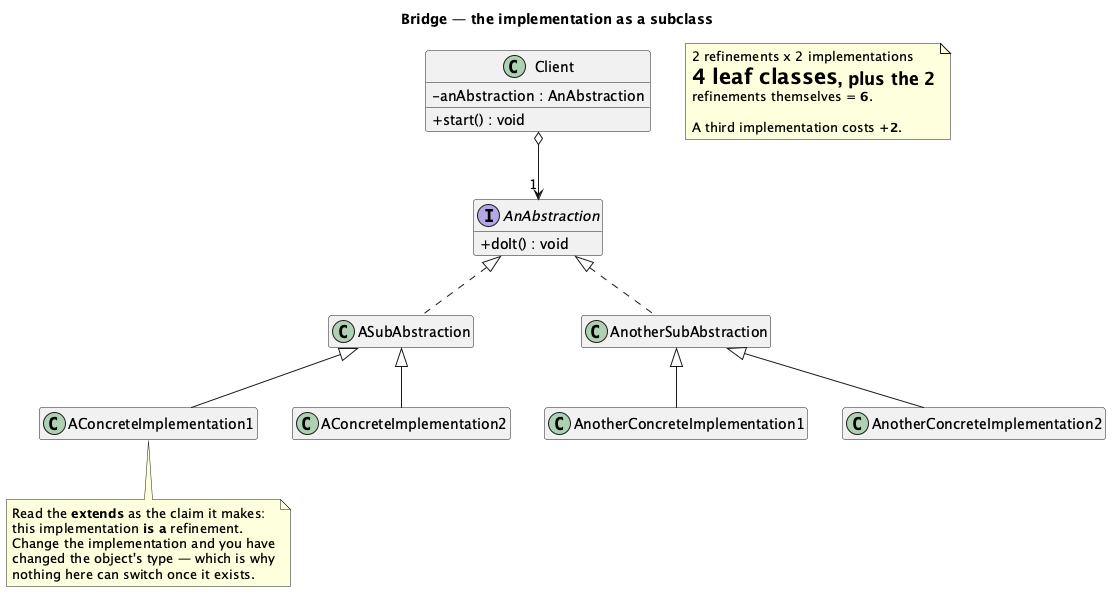
Above: src/main/java/dev/kaldiroglu/dp/structural/bridge/basic/problem/uml/Bridge - Basic (Problem) - Class Diagram.png in kaldiroglu/DesignPatternsWithJava (PlantUML), before the change.
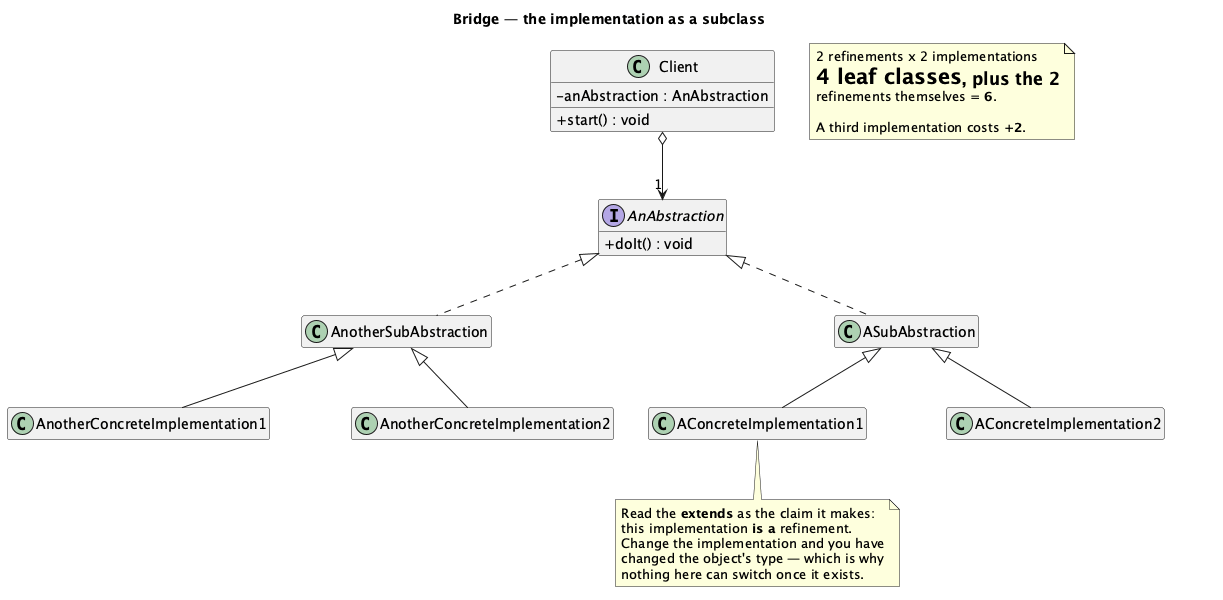
Above is the later version.

What changed in the source:
```diff
@@ -1,4 +1,12 @@
-@startuml "Bridge - Basic (Problem) - Class Diagram"
+@startuml
+skinparam linetype polyline
+skinparam class {
+  BackgroundColor<<spacer>> transparent
+  BorderColor<<spacer>> transparent
+  FontColor<<spacer>> transparent
+}
+hide <<spacer>> stereotype
+hide <<spacer>> circle
 skinparam classAttributeIconSize 0
 hide empty members
 title Bridge — the implementation as a subclass
@@ -19,13 +27,12 @@
   + start() : void
 }
 
+AnAbstraction <|.. AnotherSubAbstraction
 AnAbstraction <|.. ASubAbstraction
-AnAbstraction <|.. AnotherSubAbstraction
+ASubAbstraction <|-- AConcreteImplementation2
 ASubAbstraction <|-- AConcreteImplementation1
-ASubAbstraction <|-- AConcreteImplementation2
+AnotherSubAbstraction <|-- AnotherConcreteImplementation2
 AnotherSubAbstraction <|-- AnotherConcreteImplementation1
-AnotherSubAbstraction <|-- AnotherConcreteImplementation2
-Client o--> "1" AnAbstraction
 
 note bottom of AConcreteImplementation1
   Read the <b>extends</b> as the claim it makes:
@@ -43,4 +50,24 @@
   A third implementation costs <b>+2</b>.
 end note
 
+class " " as Spacer1 <<spacer>>
+AnAbstraction -[hidden]- Spacer1
+AnAbstraction -[hidden]- Spacer1
+AnotherSubAbstraction -[hidden]right- Spacer1
+Spacer1 -[hidden]right- ASubAbstraction
+class " " as Spacer2 <<spacer>>
+ASubAbstraction -[hidden]- Spacer2
+ASubAbstraction -[hidden]- Spacer2
+AConcreteImplementation1 -[hidden]right- Spacer2
+Spacer2 -[hidden]right- AConcreteImplementation2
+class " " as Spacer3 <<spacer>>
+AnotherSubAbstraction -[hidden]- Spacer3
+AnotherSubAbstraction -[hidden]- Spacer3
+AnotherConcreteImplementation1 -[hidden]right- Spacer3
+Spacer3 -[hidden]right- AnotherConcreteImplementation2
+Client o--> "1" AnAbstraction
+class " " as Spacer66 <<spacer>>
+ASubAbstraction -[hidden]- Spacer66
+AConcreteImplementation2 -[hidden]right- Spacer66
+Spacer66 -[hidden]right- AConcreteImplementation1
 @enduml
```
